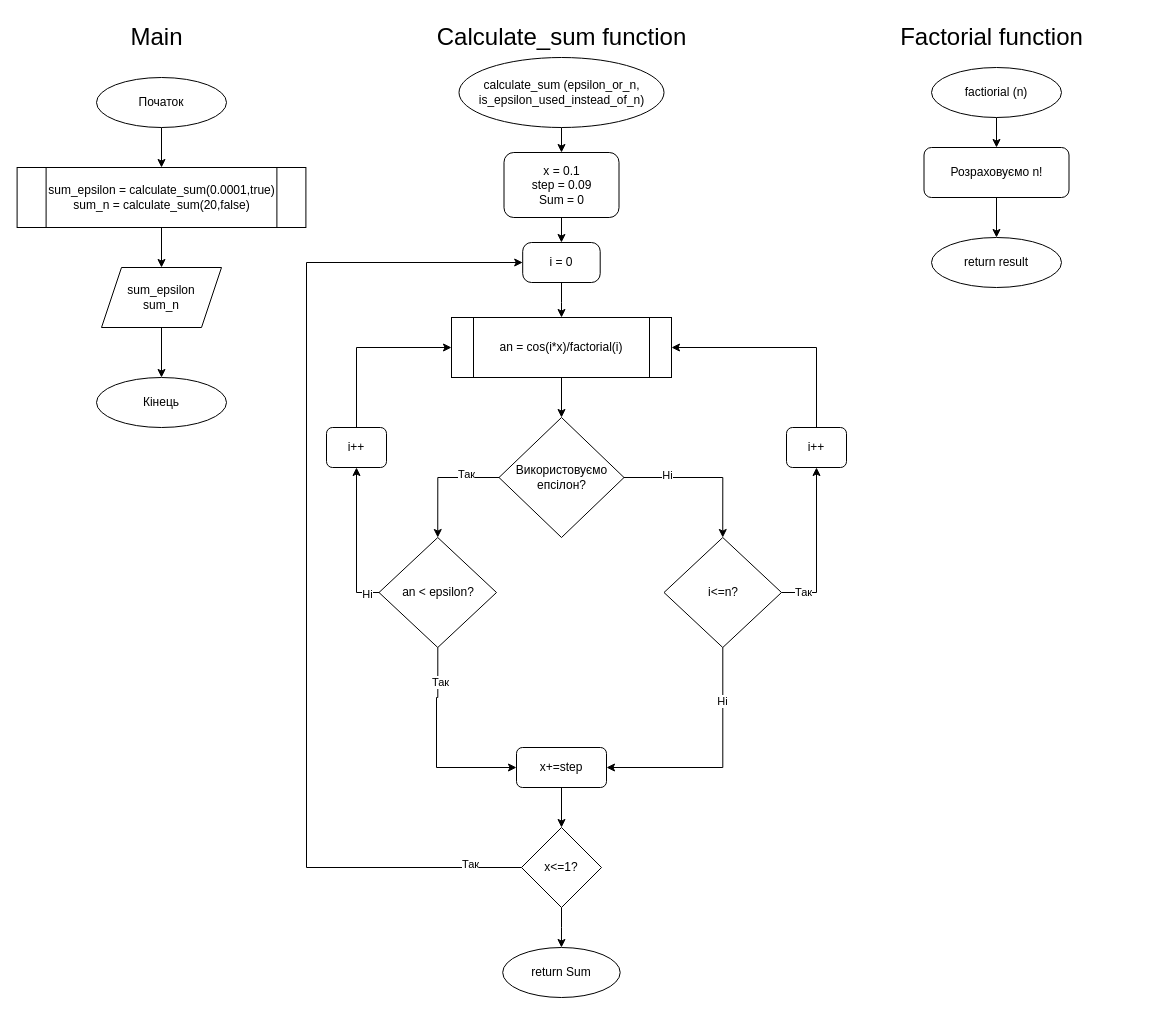
This is ai_13/vladyslav_murashko/epic_3/Diagrams/vns_lab_3_task_1_variant_10_vladyslav_murashko.drawio from artificial-intelligence-department/ai_programming_playground_2024, a draw.io file, before an edit. Source tidied: cells renumbered, new cells numbered last; positions are measured from the earlier drawing's top-left corner, leaving out a move shared by most shapes. Both pictures are drawn from the tidied source at 100%, with x=0, y=0 at pixel (17, 17).
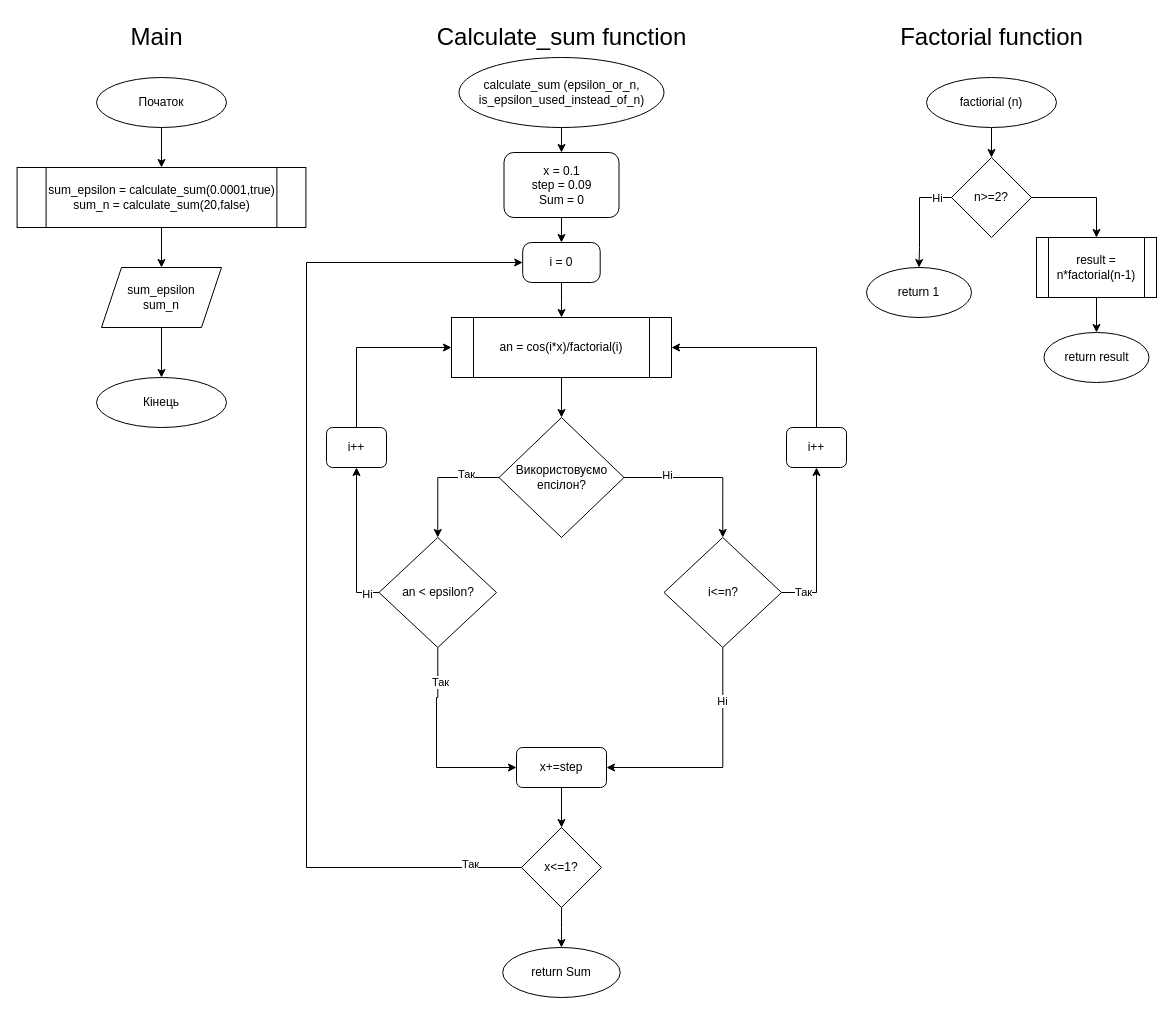
The same page after the edit.

The edit, as a diff of the source:
```diff
@@
-    <mxCell id="6" style="edgeStyle=orthogonalEdgeStyle;rounded=0;jettySize=auto;html=1;entryX=0.5;entryY=0;entryDx=0;entryDy=0;" parent="1" edge="1" source="7" target="9">
-      <mxGeometry relative="1" as="geometry" />
-    </mxCell>
-    <mxCell id="7" value="factiorial (n)" style="ellipse;whiteSpace=wrap;html=1;" parent="1" vertex="1">
-      <mxGeometry x="914" y="50" width="130" height="50" as="geometry" />
-    </mxCell>
-    <mxCell id="8" style="edgeStyle=orthogonalEdgeStyle;rounded=0;jettySize=auto;html=1;entryX=0.5;entryY=0;entryDx=0;entryDy=0;" parent="1" edge="1" source="9" target="10">
-      <mxGeometry relative="1" as="geometry" />
-    </mxCell>
-    <mxCell id="9" value="Розраховуємо n!" style="rounded=1;whiteSpace=wrap;html=1;" parent="1" vertex="1">
-      <mxGeometry x="906.5" y="130" width="145" height="50" as="geometry" />
-    </mxCell>
-    <mxCell id="10" value="return result" style="ellipse;whiteSpace=wrap;html=1;" parent="1" vertex="1">
-      <mxGeometry x="914" y="220" width="130" height="50" as="geometry" />
-    </mxCell>
@@
+    <mxCell id="51" style="edgeStyle=orthogonalEdgeStyle;rounded=0;jettySize=auto;html=1;" parent="1" edge="1" source="7" target="55">
+      <mxGeometry relative="1" as="geometry" />
+    </mxCell>
+    <mxCell id="7" value="factiorial (n)" style="ellipse;whiteSpace=wrap;html=1;" parent="1" vertex="1">
+      <mxGeometry x="909" y="60" width="130" height="50" as="geometry" />
+    </mxCell>
+    <mxCell id="52" style="edgeStyle=orthogonalEdgeStyle;rounded=0;jettySize=auto;html=1;entryX=0.5;entryY=0;entryDx=0;entryDy=0;" parent="1" edge="1" source="55" target="56">
+      <mxGeometry relative="1" as="geometry">
+        <Array as="points">
+          <mxPoint x="902" y="180" />
+          <mxPoint x="902" y="230" />
+          <mxPoint x="902" y="230" />
+        </Array>
+      </mxGeometry>
+    </mxCell>
+    <mxCell id="53" value="Ні" style="edgeLabel;html=1;align=center;verticalAlign=middle;" parent="52" vertex="1">
+      <mxGeometry x="-0.76" y="-2" relative="1" as="geometry">
+        <mxPoint x="-3" y="2" as="offset" />
+      </mxGeometry>
+    </mxCell>
+    <mxCell id="54" style="edgeStyle=orthogonalEdgeStyle;rounded=0;jettySize=auto;html=1;entryX=0.5;entryY=0;entryDx=0;entryDy=0;" parent="1" edge="1" source="55" target="58">
+      <mxGeometry relative="1" as="geometry" />
+    </mxCell>
+    <mxCell id="55" value="n&amp;gt;=2?" style="rhombus;whiteSpace=wrap;html=1;" parent="1" vertex="1">
+      <mxGeometry x="934" y="140" width="80" height="80" as="geometry" />
+    </mxCell>
+    <mxCell id="56" value="return 1" style="ellipse;whiteSpace=wrap;html=1;" parent="1" vertex="1">
+      <mxGeometry x="849" y="250" width="105" height="50" as="geometry" />
+    </mxCell>
+    <mxCell id="57" style="edgeStyle=orthogonalEdgeStyle;rounded=0;jettySize=auto;html=1;" parent="1" edge="1" source="58" target="10">
+      <mxGeometry relative="1" as="geometry" />
+    </mxCell>
+    <mxCell id="58" value="result = n*factorial(n-1)" style="shape=process;whiteSpace=wrap;html=1;backgroundOutline=1;" parent="1" vertex="1">
+      <mxGeometry x="1019" y="220" width="120" height="60" as="geometry" />
+    </mxCell>
+    <mxCell id="10" value="return result" style="ellipse;whiteSpace=wrap;html=1;" parent="1" vertex="1">
+      <mxGeometry x="1026.5" y="315" width="105" height="50" as="geometry" />
+    </mxCell>
```
